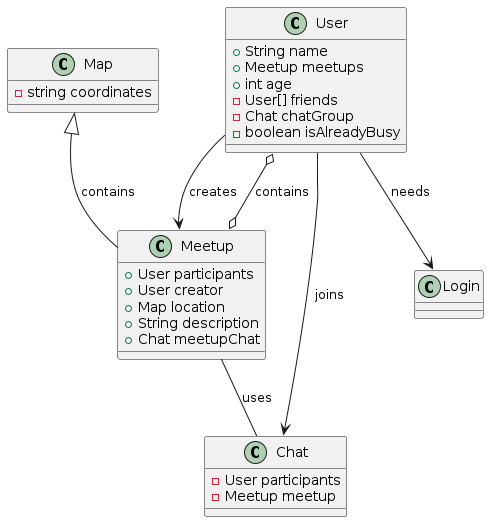
Before: images/diagram-classes.png, a diagram exported from PlantUML (2223-3bhif-syp/02-projekte-mopedmeetup).
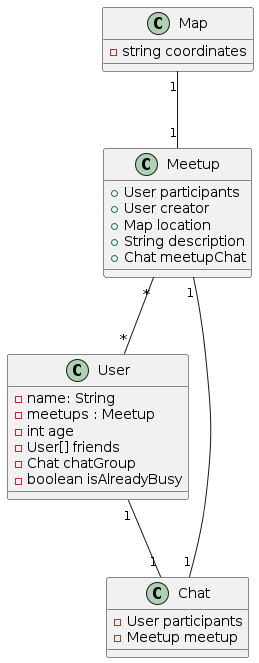
The same file after the commit.

The edit, as a diff of the source:
```diff
@@ -1,8 +1,8 @@
 @startuml
 class User {
-    +String name
-    +Meetup meetups
-    +int age
+    - name: String
+    - meetups : Meetup
+    - int age
     - User[] friends
     - Chat chatGroup
     - boolean isAlreadyBusy
@@ -14,8 +14,7 @@
     + String description
     + Chat meetupChat
 }
-class Login {
-}
+
 class Map {
     -string coordinates
 }
@@ -24,10 +23,8 @@
     - Meetup meetup
 }
 
-Meetup o--o User : contains
-Map <|-- Meetup : contains
-User --> Meetup : creates
-User --> Login : needs
-Meetup -- Chat : uses
-User --> Chat : joins
+Meetup "*"--"*" User : ""
+Map "1"--"1" Meetup : ""
+Meetup "1"--"1" Chat : ""
+User "1"--"1" Chat : ""
 @enduml
```
